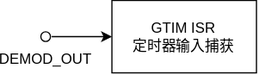
Siaiai/ObsidianNote keeps this draw.io diagram as 资源/drawio/1785915796819.drawio.svg. Above is the earlier version. Source tidied: cells renumbered, new cells last; positions are measured from the earlier drawing's top-left corner, leaving out a move shared by most shapes. Its diagram source:
```xml
<mxGraphModel>
  <root>
    <mxCell id="0" />
    <mxCell id="1" parent="0" />
    <mxCell id="2" value="GTIM ISR&lt;div&gt;定时器输入捕获&lt;/div&gt;" style="rounded=0;whiteSpace=wrap;html=1;" parent="1" vertex="1">
      <mxGeometry x="60" width="120" height="60" as="geometry" />
    </mxCell>
    <mxCell id="3" style="edgeStyle=orthogonalEdgeStyle;rounded=0;jettySize=auto;html=1;entryX=0;entryY=0.5;entryDx=0;entryDy=0;" parent="1" edge="1" source="4" target="2">
      <mxGeometry relative="1" as="geometry" />
    </mxCell>
    <mxCell id="4" value="DEMOD_OUT" style="verticalLabelPosition=bottom;shadow=0;dashed=0;align=center;html=1;verticalAlign=top;shape=mxgraph.electrical.logic_gates.inverting_contact;" parent="1" vertex="1">
      <mxGeometry y="25" width="10" height="10" as="geometry" />
    </mxCell>
  </root>
</mxGraphModel>
```
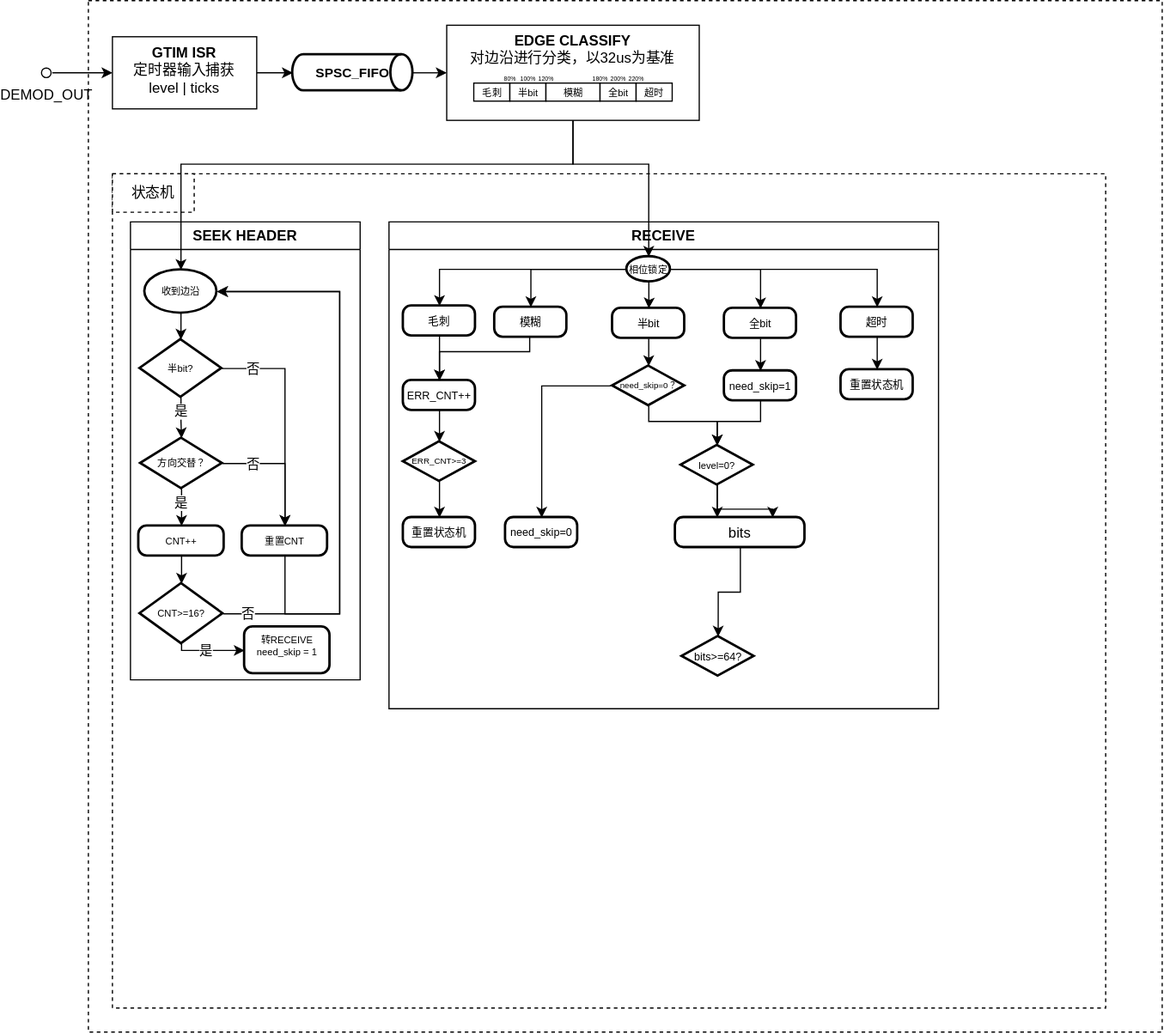
After the change.

The edit, as a diff of the source:
```diff
@@ -1,8 +1,17 @@
-<mxGraphModel>
+<mxGraphModel background="light-dark(#ffffff, #121212)">
   <root>
     <mxCell id="0" />
     <mxCell id="1" parent="0" />
+    <mxCell id="5" style="rounded=0;whiteSpace=wrap;html=1;dashed=1;fillColor=none;" parent="1" vertex="1">
+      <mxGeometry x="40" y="-30" width="893" height="858" as="geometry" />
+    </mxCell>
+    <mxCell id="6" style="rounded=0;whiteSpace=wrap;html=1;dashed=1;fillColor=none;" parent="1" vertex="1">
+      <mxGeometry x="60" y="114" width="826" height="694" as="geometry" />
+    </mxCell>
+    <mxCell id="7" style="edgeStyle=orthogonalEdgeStyle;rounded=0;jettySize=auto;html=1;" parent="1" edge="1" source="2" target="10">
+      <mxGeometry relative="1" as="geometry" />
+    </mxCell>
-    <mxCell id="2" value="GTIM ISR&lt;div&gt;定时器输入捕获&lt;/div&gt;" style="rounded=0;whiteSpace=wrap;html=1;" parent="1" vertex="1">
+    <mxCell id="2" value="&lt;b&gt;GTIM ISR&lt;/b&gt;&lt;div&gt;定时器输入捕获&lt;/div&gt;&lt;div&gt;level | ticks&lt;/div&gt;" style="rounded=0;whiteSpace=wrap;html=1;verticalAlign=top;" parent="1" vertex="1">
       <mxGeometry x="60" width="120" height="60" as="geometry" />
     </mxCell>
     <mxCell id="3" style="edgeStyle=orthogonalEdgeStyle;rounded=0;jettySize=auto;html=1;entryX=0;entryY=0.5;entryDx=0;entryDy=0;" parent="1" edge="1" source="4" target="2">
@@ -11,5 +20,288 @@
     <mxCell id="4" value="DEMOD_OUT" style="verticalLabelPosition=bottom;shadow=0;dashed=0;align=center;html=1;verticalAlign=top;shape=mxgraph.electrical.logic_gates.inverting_contact;" parent="1" vertex="1">
       <mxGeometry y="25" width="10" height="10" as="geometry" />
     </mxCell>
+    <mxCell id="8" value="&lt;b&gt;EDGE CLASSIFY&lt;/b&gt;&lt;div&gt;对边沿进行分类，以32us为基准&lt;/div&gt;&lt;div&gt;&lt;br&gt;&lt;/div&gt;&lt;div&gt;&lt;br&gt;&lt;/div&gt;" style="rounded=0;whiteSpace=wrap;html=1;verticalAlign=top;" parent="1" vertex="1">
+      <mxGeometry x="338" y="-9.6" width="210" height="79.1" as="geometry" />
+    </mxCell>
+    <mxCell id="9" style="edgeStyle=orthogonalEdgeStyle;rounded=0;jettySize=auto;html=1;" parent="1" edge="1" source="10" target="8">
+      <mxGeometry relative="1" as="geometry" />
+    </mxCell>
+    <mxCell id="10" value="&lt;font face=&quot;Helvetica&quot; style=&quot;font-size: 11px;&quot;&gt;&lt;b style=&quot;&quot;&gt;SPSC_FIFO&lt;/b&gt;&lt;/font&gt;" style="strokeWidth=2;html=1;shape=mxgraph.flowchart.direct_data;whiteSpace=wrap;" parent="1" vertex="1">
+      <mxGeometry x="210" y="15" width="100" height="30" as="geometry" />
+    </mxCell>
+    <mxCell id="11" value="&lt;span style=&quot;font-size: 8px;&quot;&gt;毛刺&lt;/span&gt;" style="rounded=0;whiteSpace=wrap;html=1;fontFamily=Helvetica;verticalAlign=middle;" parent="1" vertex="1">
+      <mxGeometry x="360.5" y="38.6" width="30" height="15" as="geometry" />
+    </mxCell>
+    <mxCell id="12" value="&lt;span style=&quot;font-size: 8px;&quot;&gt;半bit&lt;/span&gt;" style="rounded=0;whiteSpace=wrap;html=1;fontFamily=Helvetica;verticalAlign=middle;" parent="1" vertex="1">
+      <mxGeometry x="390.5" y="38.6" width="30" height="15" as="geometry" />
+    </mxCell>
+    <mxCell id="13" value="&lt;span style=&quot;font-size: 8px;&quot;&gt;模糊&lt;/span&gt;" style="rounded=0;whiteSpace=wrap;html=1;fontFamily=Helvetica;verticalAlign=middle;" parent="1" vertex="1">
+      <mxGeometry x="420.5" y="38.6" width="45" height="15" as="geometry" />
+    </mxCell>
+    <mxCell id="14" value="&lt;span style=&quot;font-size: 8px;&quot;&gt;全bit&lt;/span&gt;" style="rounded=0;whiteSpace=wrap;html=1;fontFamily=Helvetica;verticalAlign=middle;" parent="1" vertex="1">
+      <mxGeometry x="465.5" y="38.6" width="30" height="15" as="geometry" />
+    </mxCell>
+    <mxCell id="15" value="&lt;span style=&quot;font-size: 8px;&quot;&gt;超时&lt;/span&gt;" style="rounded=0;whiteSpace=wrap;html=1;fontFamily=Helvetica;verticalAlign=middle;" parent="1" vertex="1">
+      <mxGeometry x="495.5" y="38.6" width="30" height="15" as="geometry" />
+    </mxCell>
+    <mxCell id="16" value="80%" style="text;html=1;whiteSpace=wrap;strokeColor=none;fillColor=none;align=center;verticalAlign=middle;rounded=0;fontSize=5;" parent="1" vertex="1">
+      <mxGeometry x="384.5" y="29.6" width="12" height="8" as="geometry" />
+    </mxCell>
+    <mxCell id="17" value="120%" style="text;html=1;whiteSpace=wrap;strokeColor=none;fillColor=none;align=center;verticalAlign=middle;rounded=0;fontSize=5;" parent="1" vertex="1">
+      <mxGeometry x="414.5" y="29.6" width="12" height="8" as="geometry" />
+    </mxCell>
+    <mxCell id="18" value="100%" style="text;html=1;whiteSpace=wrap;strokeColor=none;fillColor=none;align=center;verticalAlign=middle;rounded=0;fontSize=5;" parent="1" vertex="1">
+      <mxGeometry x="399.5" y="29.6" width="12" height="8" as="geometry" />
+    </mxCell>
+    <mxCell id="19" value="200%" style="text;html=1;whiteSpace=wrap;strokeColor=none;fillColor=none;align=center;verticalAlign=middle;rounded=0;fontSize=5;" parent="1" vertex="1">
+      <mxGeometry x="474.5" y="29.6" width="12" height="8" as="geometry" />
+    </mxCell>
+    <mxCell id="20" value="180%" style="text;html=1;whiteSpace=wrap;strokeColor=none;fillColor=none;align=center;verticalAlign=middle;rounded=0;fontSize=5;" parent="1" vertex="1">
+      <mxGeometry x="459.5" y="29.6" width="12" height="8" as="geometry" />
+    </mxCell>
+    <mxCell id="21" value="220%" style="text;html=1;whiteSpace=wrap;strokeColor=none;fillColor=none;align=center;verticalAlign=middle;rounded=0;fontSize=5;" parent="1" vertex="1">
+      <mxGeometry x="489.5" y="29.6" width="12" height="8" as="geometry" />
+    </mxCell>
+    <mxCell id="22" value="状态机" style="rounded=0;whiteSpace=wrap;html=1;dashed=1;" parent="1" vertex="1">
+      <mxGeometry x="60" y="114" width="68" height="32" as="geometry" />
+    </mxCell>
+    <mxCell id="23" value="SEEK HEADER" style="swimlane;whiteSpace=wrap;html=1;" parent="1" vertex="1">
+      <mxGeometry x="75" y="154" width="191" height="381" as="geometry" />
+    </mxCell>
+    <mxCell id="24" value="收到边沿" style="strokeWidth=2;html=1;shape=mxgraph.flowchart.start_2;whiteSpace=wrap;fontSize=8;" parent="23" vertex="1">
+      <mxGeometry x="12" y="40" width="60" height="36" as="geometry" />
+    </mxCell>
+    <mxCell id="25" style="edgeStyle=orthogonalEdgeStyle;rounded=0;jettySize=auto;html=1;entryX=0.5;entryY=0;entryDx=0;entryDy=0;" parent="23" edge="1" source="27" target="37">
+      <mxGeometry relative="1" as="geometry" />
+    </mxCell>
+    <mxCell id="26" value="否" style="edgeLabel;html=1;align=center;verticalAlign=middle;" parent="25" vertex="1">
+      <mxGeometry x="-0.68" y="1" relative="1" as="geometry">
+        <mxPoint x="-4" y="1" as="offset" />
+      </mxGeometry>
+    </mxCell>
+    <mxCell id="27" value="半bit?" style="strokeWidth=2;html=1;shape=mxgraph.flowchart.decision;whiteSpace=wrap;fontSize=8;" parent="23" vertex="1">
+      <mxGeometry x="8" y="98" width="68" height="48" as="geometry" />
+    </mxCell>
+    <mxCell id="28" style="edgeStyle=orthogonalEdgeStyle;rounded=0;jettySize=auto;html=1;entryX=0.5;entryY=0;entryDx=0;entryDy=0;entryPerimeter=0;" parent="23" edge="1" source="24" target="27">
+      <mxGeometry relative="1" as="geometry" />
+    </mxCell>
+    <mxCell id="29" style="edgeStyle=orthogonalEdgeStyle;rounded=0;jettySize=auto;html=1;entryX=0.5;entryY=0;entryDx=0;entryDy=0;" parent="23" edge="1" source="33" target="36">
+      <mxGeometry relative="1" as="geometry" />
+    </mxCell>
+    <mxCell id="30" value="是" style="edgeLabel;html=1;align=center;verticalAlign=middle;" parent="29" vertex="1">
+      <mxGeometry x="0.5" y="-1" relative="1" as="geometry">
+        <mxPoint y="-8" as="offset" />
+      </mxGeometry>
+    </mxCell>
+    <mxCell id="31" style="edgeStyle=orthogonalEdgeStyle;rounded=0;jettySize=auto;html=1;entryX=0.5;entryY=0;entryDx=0;entryDy=0;" parent="23" edge="1" source="33" target="37">
+      <mxGeometry relative="1" as="geometry" />
+    </mxCell>
+    <mxCell id="32" value="否" style="edgeLabel;html=1;align=center;verticalAlign=middle;" parent="31" vertex="1">
+      <mxGeometry x="-0.67" y="-2" relative="1" as="geometry">
+        <mxPoint x="8" y="-2" as="offset" />
+      </mxGeometry>
+    </mxCell>
+    <mxCell id="33" value="方向交替？" style="strokeWidth=2;html=1;shape=mxgraph.flowchart.decision;whiteSpace=wrap;fontSize=8;" parent="23" vertex="1">
+      <mxGeometry x="8.5" y="180" width="68" height="42" as="geometry" />
+    </mxCell>
+    <mxCell id="34" style="edgeStyle=orthogonalEdgeStyle;rounded=0;jettySize=auto;html=1;entryX=0.5;entryY=0;entryDx=0;entryDy=0;entryPerimeter=0;" parent="23" edge="1" source="27" target="33">
+      <mxGeometry relative="1" as="geometry" />
+    </mxCell>
+    <mxCell id="35" value="是" style="edgeLabel;html=1;align=center;verticalAlign=middle;" parent="34" vertex="1">
+      <mxGeometry x="-0.62" relative="1" as="geometry">
+        <mxPoint x="-1" y="4" as="offset" />
+      </mxGeometry>
+    </mxCell>
+    <mxCell id="36" value="CNT++" style="rounded=1;whiteSpace=wrap;html=1;absoluteArcSize=1;arcSize=14;strokeWidth=2;fontSize=8;" parent="23" vertex="1">
+      <mxGeometry x="7" y="253" width="71" height="25" as="geometry" />
+    </mxCell>
+    <mxCell id="37" value="重置CNT" style="rounded=1;whiteSpace=wrap;html=1;absoluteArcSize=1;arcSize=14;strokeWidth=2;fontSize=8;" parent="23" vertex="1">
+      <mxGeometry x="93" y="253" width="71" height="25" as="geometry" />
+    </mxCell>
+    <mxCell id="38" style="edgeStyle=orthogonalEdgeStyle;rounded=0;jettySize=auto;html=1;entryX=1;entryY=0.5;entryDx=0;entryDy=0;entryPerimeter=0;" parent="23" edge="1" source="37" target="24">
+      <mxGeometry relative="1" as="geometry">
+        <Array as="points">
+          <mxPoint x="128.5" y="326" />
+          <mxPoint x="174" y="326" />
+          <mxPoint x="174" y="58" />
+        </Array>
+      </mxGeometry>
+    </mxCell>
+    <mxCell id="39" value="RECEIVE" style="swimlane;whiteSpace=wrap;html=1;" parent="1" vertex="1">
+      <mxGeometry x="290" y="154" width="457" height="405" as="geometry" />
+    </mxCell>
+    <mxCell id="40" style="edgeStyle=orthogonalEdgeStyle;rounded=0;jettySize=auto;html=1;" parent="39" edge="1" source="45" target="47">
+      <mxGeometry relative="1" as="geometry" />
+    </mxCell>
+    <mxCell id="41" style="edgeStyle=orthogonalEdgeStyle;rounded=0;jettySize=auto;html=1;entryX=0.5;entryY=0;entryDx=0;entryDy=0;" parent="39" edge="1" source="45" target="54">
+      <mxGeometry relative="1" as="geometry" />
+    </mxCell>
+    <mxCell id="42" style="edgeStyle=orthogonalEdgeStyle;rounded=0;jettySize=auto;html=1;entryX=0.5;entryY=0;entryDx=0;entryDy=0;" parent="39" edge="1" source="45" target="51">
+      <mxGeometry relative="1" as="geometry">
+        <Array as="points">
+          <mxPoint x="309" y="39.5" />
+        </Array>
+      </mxGeometry>
+    </mxCell>
+    <mxCell id="43" style="edgeStyle=orthogonalEdgeStyle;rounded=0;jettySize=auto;html=1;entryX=0.5;entryY=0;entryDx=0;entryDy=0;" parent="39" edge="1" source="45" target="53">
+      <mxGeometry relative="1" as="geometry" />
+    </mxCell>
+    <mxCell id="44" style="edgeStyle=orthogonalEdgeStyle;rounded=0;jettySize=auto;html=1;entryX=0.5;entryY=0;entryDx=0;entryDy=0;" parent="39" edge="1" source="45" target="49">
+      <mxGeometry relative="1" as="geometry" />
+    </mxCell>
+    <mxCell id="45" value="相位锁定" style="strokeWidth=2;html=1;shape=mxgraph.flowchart.start_2;whiteSpace=wrap;fontSize=8;" parent="39" vertex="1">
+      <mxGeometry x="197.9" y="29" width="36.2" height="21" as="geometry" />
+    </mxCell>
+    <mxCell id="46" style="edgeStyle=orthogonalEdgeStyle;rounded=0;jettySize=auto;html=1;entryX=0.5;entryY=0;entryDx=0;entryDy=0;" parent="39" edge="1" source="47" target="66">
+      <mxGeometry relative="1" as="geometry" />
+    </mxCell>
+    <mxCell id="47" value="毛刺" style="rounded=1;whiteSpace=wrap;html=1;absoluteArcSize=1;arcSize=14;strokeWidth=2;fontSize=9;" parent="39" vertex="1">
+      <mxGeometry x="12" y="70" width="60" height="25" as="geometry" />
+    </mxCell>
+    <mxCell id="48" style="edgeStyle=orthogonalEdgeStyle;rounded=0;jettySize=auto;html=1;entryX=0.5;entryY=0;entryDx=0;entryDy=0;" parent="39" edge="1" source="49" target="66">
+      <mxGeometry relative="1" as="geometry">
+        <Array as="points">
+          <mxPoint x="117" y="108" />
+          <mxPoint x="42" y="108" />
+        </Array>
+      </mxGeometry>
+    </mxCell>
+    <mxCell id="49" value="模糊" style="rounded=1;whiteSpace=wrap;html=1;absoluteArcSize=1;arcSize=14;strokeWidth=2;fontSize=9;" parent="39" vertex="1">
+      <mxGeometry x="88" y="71" width="60" height="25" as="geometry" />
+    </mxCell>
+    <mxCell id="50" style="edgeStyle=orthogonalEdgeStyle;rounded=0;jettySize=auto;html=1;entryX=0.5;entryY=0;entryDx=0;entryDy=0;" parent="39" edge="1" source="51" target="71">
+      <mxGeometry relative="1" as="geometry" />
+    </mxCell>
+    <mxCell id="51" value="全bit" style="rounded=1;whiteSpace=wrap;html=1;absoluteArcSize=1;arcSize=14;strokeWidth=2;fontSize=9;" parent="39" vertex="1">
+      <mxGeometry x="279" y="72" width="60" height="25" as="geometry" />
+    </mxCell>
+    <mxCell id="52" style="edgeStyle=orthogonalEdgeStyle;rounded=0;jettySize=auto;html=1;entryX=0.5;entryY=0;entryDx=0;entryDy=0;" parent="39" edge="1" source="53" target="65">
+      <mxGeometry relative="1" as="geometry" />
+    </mxCell>
+    <mxCell id="53" value="超时" style="rounded=1;whiteSpace=wrap;html=1;absoluteArcSize=1;arcSize=14;strokeWidth=2;fontSize=9;" parent="39" vertex="1">
+      <mxGeometry x="376" y="71" width="60" height="25" as="geometry" />
+    </mxCell>
+    <mxCell id="54" value="半bit" style="rounded=1;whiteSpace=wrap;html=1;absoluteArcSize=1;arcSize=14;strokeWidth=2;fontSize=9;" parent="39" vertex="1">
+      <mxGeometry x="186" y="72" width="60" height="25" as="geometry" />
+    </mxCell>
+    <mxCell id="55" style="edgeStyle=orthogonalEdgeStyle;rounded=0;jettySize=auto;html=1;entryX=0.5;entryY=0;entryDx=0;entryDy=0;" parent="39" edge="1" source="56" target="58">
+      <mxGeometry relative="1" as="geometry">
+        <Array as="points">
+          <mxPoint x="127" y="136.5" />
+        </Array>
+      </mxGeometry>
+    </mxCell>
+    <mxCell id="56" value="need_skip=0？" style="strokeWidth=2;html=1;shape=mxgraph.flowchart.decision;whiteSpace=wrap;fontSize=7;" parent="39" vertex="1">
+      <mxGeometry x="186" y="120" width="60" height="33" as="geometry" />
+    </mxCell>
+    <mxCell id="57" style="edgeStyle=orthogonalEdgeStyle;rounded=0;jettySize=auto;html=1;entryX=0.5;entryY=0;entryDx=0;entryDy=0;entryPerimeter=0;" parent="39" edge="1" source="54" target="56">
+      <mxGeometry relative="1" as="geometry" />
+    </mxCell>
+    <mxCell id="58" value="need_skip=0" style="rounded=1;whiteSpace=wrap;html=1;absoluteArcSize=1;arcSize=14;strokeWidth=2;fontSize=9;fontFamily=Helvetica;fontColor=default;fontStyle=0;align=center;verticalAlign=middle;" parent="39" vertex="1">
+      <mxGeometry x="97" y="246" width="60" height="25" as="geometry" />
+    </mxCell>
+    <mxCell id="59" value="bits" style="rounded=1;whiteSpace=wrap;html=1;absoluteArcSize=1;arcSize=14;strokeWidth=2;" parent="39" vertex="1">
+      <mxGeometry x="238.2" y="246" width="107.8" height="25" as="geometry" />
+    </mxCell>
+    <mxCell id="60" style="edgeStyle=orthogonalEdgeStyle;rounded=0;jettySize=auto;html=1;" parent="39" edge="1" source="62">
+      <mxGeometry relative="1" as="geometry">
+        <mxPoint x="273" y="246" as="targetPoint" />
+      </mxGeometry>
+    </mxCell>
+    <mxCell id="61" style="edgeStyle=orthogonalEdgeStyle;rounded=0;jettySize=auto;html=1;entryX=0.75;entryY=0;entryDx=0;entryDy=0;" parent="39" edge="1" source="62" target="59">
+      <mxGeometry relative="1" as="geometry" />
+    </mxCell>
+    <mxCell id="62" value="level=0?" style="strokeWidth=2;html=1;shape=mxgraph.flowchart.decision;whiteSpace=wrap;fontSize=8;" parent="39" vertex="1">
+      <mxGeometry x="243" y="186" width="60" height="33" as="geometry" />
+    </mxCell>
+    <mxCell id="63" value="bits&amp;gt;=64?" style="strokeWidth=2;html=1;shape=mxgraph.flowchart.decision;whiteSpace=wrap;fontSize=9;" parent="39" vertex="1">
+      <mxGeometry x="243.8" y="345" width="60" height="33" as="geometry" />
+    </mxCell>
+    <mxCell id="64" style="edgeStyle=orthogonalEdgeStyle;rounded=0;jettySize=auto;html=1;entryX=0.5;entryY=0;entryDx=0;entryDy=0;entryPerimeter=0;" parent="39" edge="1" source="59" target="63">
+      <mxGeometry relative="1" as="geometry" />
+    </mxCell>
+    <mxCell id="65" value="重置状态机" style="rounded=1;whiteSpace=wrap;html=1;absoluteArcSize=1;arcSize=14;strokeWidth=2;fontFamily=Helvetica;fontSize=9;fontColor=default;fontStyle=0;align=center;verticalAlign=middle;" parent="39" vertex="1">
+      <mxGeometry x="376" y="123" width="60" height="25" as="geometry" />
+    </mxCell>
+    <mxCell id="66" value="ERR_CNT++" style="rounded=1;whiteSpace=wrap;html=1;absoluteArcSize=1;arcSize=14;strokeWidth=2;fontFamily=Helvetica;fontSize=9;fontColor=default;fontStyle=0;align=center;verticalAlign=middle;" parent="39" vertex="1">
+      <mxGeometry x="12" y="132" width="60" height="25" as="geometry" />
+    </mxCell>
+    <mxCell id="67" style="edgeStyle=orthogonalEdgeStyle;rounded=0;jettySize=auto;html=1;entryX=0.5;entryY=0;entryDx=0;entryDy=0;" parent="39" edge="1" source="68" target="69">
+      <mxGeometry relative="1" as="geometry" />
+    </mxCell>
+    <mxCell id="68" value="ERR_CNT&amp;gt;=3" style="strokeWidth=2;html=1;shape=mxgraph.flowchart.decision;whiteSpace=wrap;fontFamily=Helvetica;fontSize=7;fontColor=default;fontStyle=0;align=center;verticalAlign=middle;" parent="39" vertex="1">
+      <mxGeometry x="12" y="183" width="60" height="33" as="geometry" />
+    </mxCell>
+    <mxCell id="69" value="重置状态机" style="rounded=1;whiteSpace=wrap;html=1;absoluteArcSize=1;arcSize=14;strokeWidth=2;fontFamily=Helvetica;fontSize=9;fontColor=default;fontStyle=0;align=center;verticalAlign=middle;" parent="39" vertex="1">
+      <mxGeometry x="12" y="246" width="60" height="25" as="geometry" />
+    </mxCell>
+    <mxCell id="70" style="edgeStyle=orthogonalEdgeStyle;rounded=0;jettySize=auto;html=1;entryX=0.5;entryY=0;entryDx=0;entryDy=0;entryPerimeter=0;" parent="39" edge="1" source="66" target="68">
+      <mxGeometry relative="1" as="geometry" />
+    </mxCell>
+    <mxCell id="71" value="need_skip=1" style="rounded=1;whiteSpace=wrap;html=1;absoluteArcSize=1;arcSize=14;strokeWidth=2;fontSize=9;fontFamily=Helvetica;fontColor=default;fontStyle=0;align=center;verticalAlign=middle;" parent="39" vertex="1">
+      <mxGeometry x="279" y="124" width="60" height="25" as="geometry" />
+    </mxCell>
+    <mxCell id="72" style="edgeStyle=orthogonalEdgeStyle;rounded=0;jettySize=auto;html=1;entryX=0.5;entryY=0;entryDx=0;entryDy=0;entryPerimeter=0;" parent="39" edge="1" source="56" target="62">
+      <mxGeometry relative="1" as="geometry">
+        <Array as="points">
+          <mxPoint x="216" y="166" />
+          <mxPoint x="273" y="166" />
+        </Array>
+      </mxGeometry>
+    </mxCell>
+    <mxCell id="73" style="edgeStyle=orthogonalEdgeStyle;rounded=0;jettySize=auto;html=1;entryX=0.5;entryY=0;entryDx=0;entryDy=0;entryPerimeter=0;" parent="39" edge="1" source="71" target="62">
+      <mxGeometry relative="1" as="geometry">
+        <Array as="points">
+          <mxPoint x="309" y="166" />
+          <mxPoint x="273" y="166" />
+        </Array>
+      </mxGeometry>
+    </mxCell>
+    <mxCell id="74" style="edgeStyle=orthogonalEdgeStyle;rounded=0;jettySize=auto;html=1;entryX=0.5;entryY=0;entryDx=0;entryDy=0;entryPerimeter=0;" parent="1" edge="1" source="8" target="24">
+      <mxGeometry relative="1" as="geometry">
+        <Array as="points">
+          <mxPoint x="443" y="106" />
+          <mxPoint x="117" y="106" />
+        </Array>
+      </mxGeometry>
+    </mxCell>
+    <mxCell id="75" style="edgeStyle=orthogonalEdgeStyle;rounded=0;jettySize=auto;html=1;entryX=0;entryY=0.5;entryDx=0;entryDy=0;" parent="1" edge="1" source="77" target="81">
+      <mxGeometry relative="1" as="geometry">
+        <Array as="points">
+          <mxPoint x="117.5" y="510.5" />
+        </Array>
+      </mxGeometry>
+    </mxCell>
+    <mxCell id="76" value="是" style="edgeLabel;html=1;align=center;verticalAlign=middle;" parent="75" vertex="1">
+      <mxGeometry x="-0.12" relative="1" as="geometry" />
+    </mxCell>
+    <mxCell id="77" value="CNT&amp;gt;=16?" style="strokeWidth=2;html=1;shape=mxgraph.flowchart.decision;whiteSpace=wrap;fontSize=8;" parent="1" vertex="1">
+      <mxGeometry x="83" y="455" width="69" height="50" as="geometry" />
+    </mxCell>
+    <mxCell id="78" style="edgeStyle=orthogonalEdgeStyle;rounded=0;jettySize=auto;html=1;entryX=1;entryY=0.5;entryDx=0;entryDy=0;entryPerimeter=0;" parent="1" edge="1" source="77" target="24">
+      <mxGeometry relative="1" as="geometry">
+        <Array as="points">
+          <mxPoint x="249" y="480" />
+          <mxPoint x="249" y="212" />
+        </Array>
+      </mxGeometry>
+    </mxCell>
+    <mxCell id="79" value="否" style="edgeLabel;html=1;align=center;verticalAlign=middle;" parent="78" vertex="1">
+      <mxGeometry x="-0.92" y="1" relative="1" as="geometry" />
+    </mxCell>
+    <mxCell id="80" style="edgeStyle=orthogonalEdgeStyle;rounded=0;jettySize=auto;html=1;entryX=0.5;entryY=0;entryDx=0;entryDy=0;entryPerimeter=0;" parent="1" edge="1" source="36" target="77">
+      <mxGeometry relative="1" as="geometry" />
+    </mxCell>
+    <mxCell id="81" value="转RECEIVE&lt;div&gt;need_skip = 1&lt;/div&gt;" style="rounded=1;whiteSpace=wrap;html=1;absoluteArcSize=1;arcSize=14;strokeWidth=2;fontSize=8;verticalAlign=top;" parent="1" vertex="1">
+      <mxGeometry x="170" y="491" width="71" height="39" as="geometry" />
+    </mxCell>
+    <mxCell id="82" style="edgeStyle=orthogonalEdgeStyle;rounded=0;jettySize=auto;html=1;" parent="1" edge="1" source="8" target="45">
+      <mxGeometry relative="1" as="geometry">
+        <Array as="points">
+          <mxPoint x="443" y="106" />
+          <mxPoint x="506" y="106" />
+        </Array>
+      </mxGeometry>
+    </mxCell>
   </root>
 </mxGraphModel>
```
